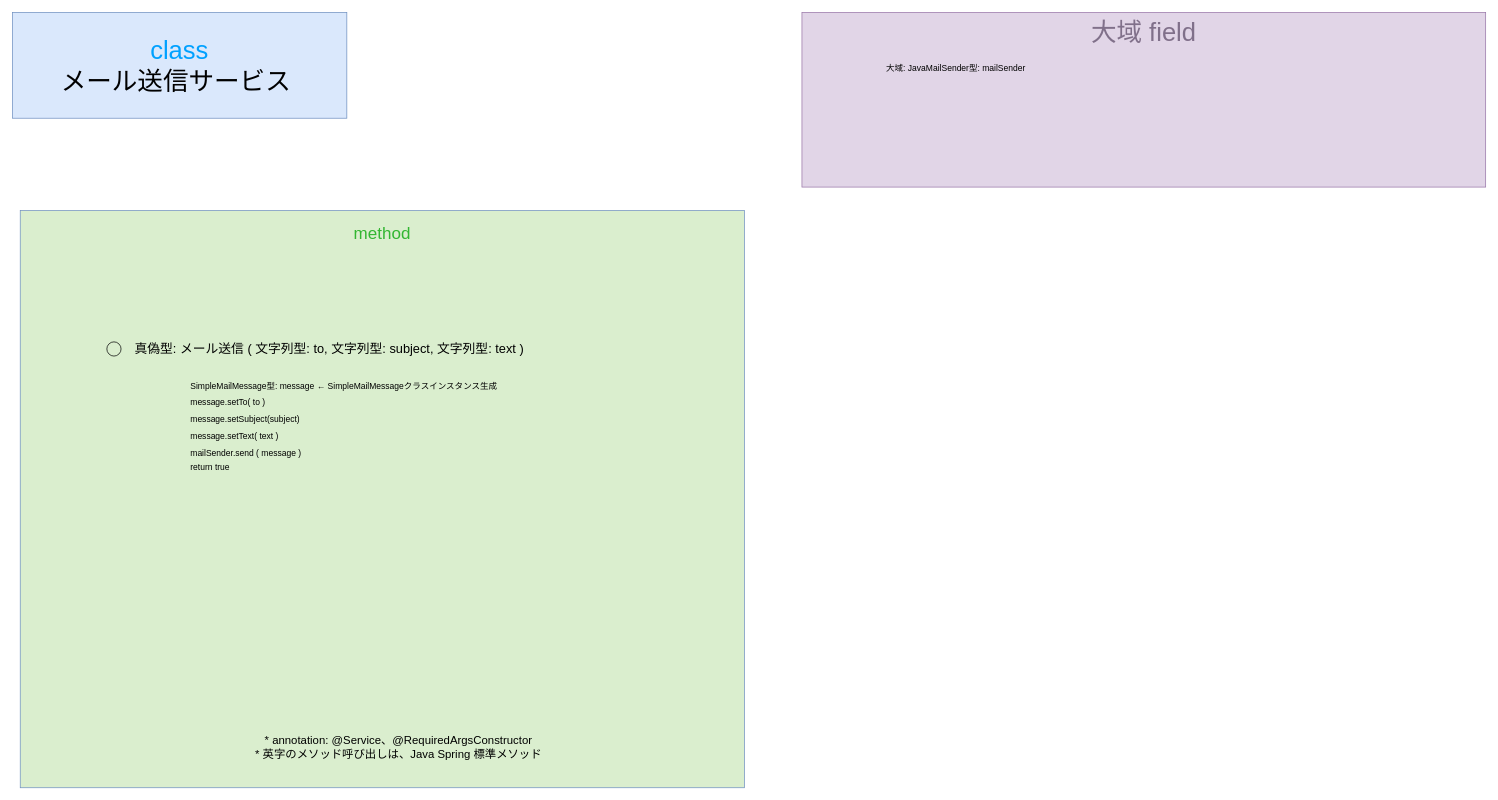
Before: gijigengo/service/meeting_reservation_sys service MailSendService クラス 疑似言語.drawio in tro319/meeting_reservation_system, a draw.io diagram. Source tidied: cells renumbered, new cells numbered last; positions are measured from the earlier drawing's top-left corner, leaving out a move shared by most shapes. Both pictures are drawn from the tidied source at 71%, with x=0, y=0 at pixel (12, 12).
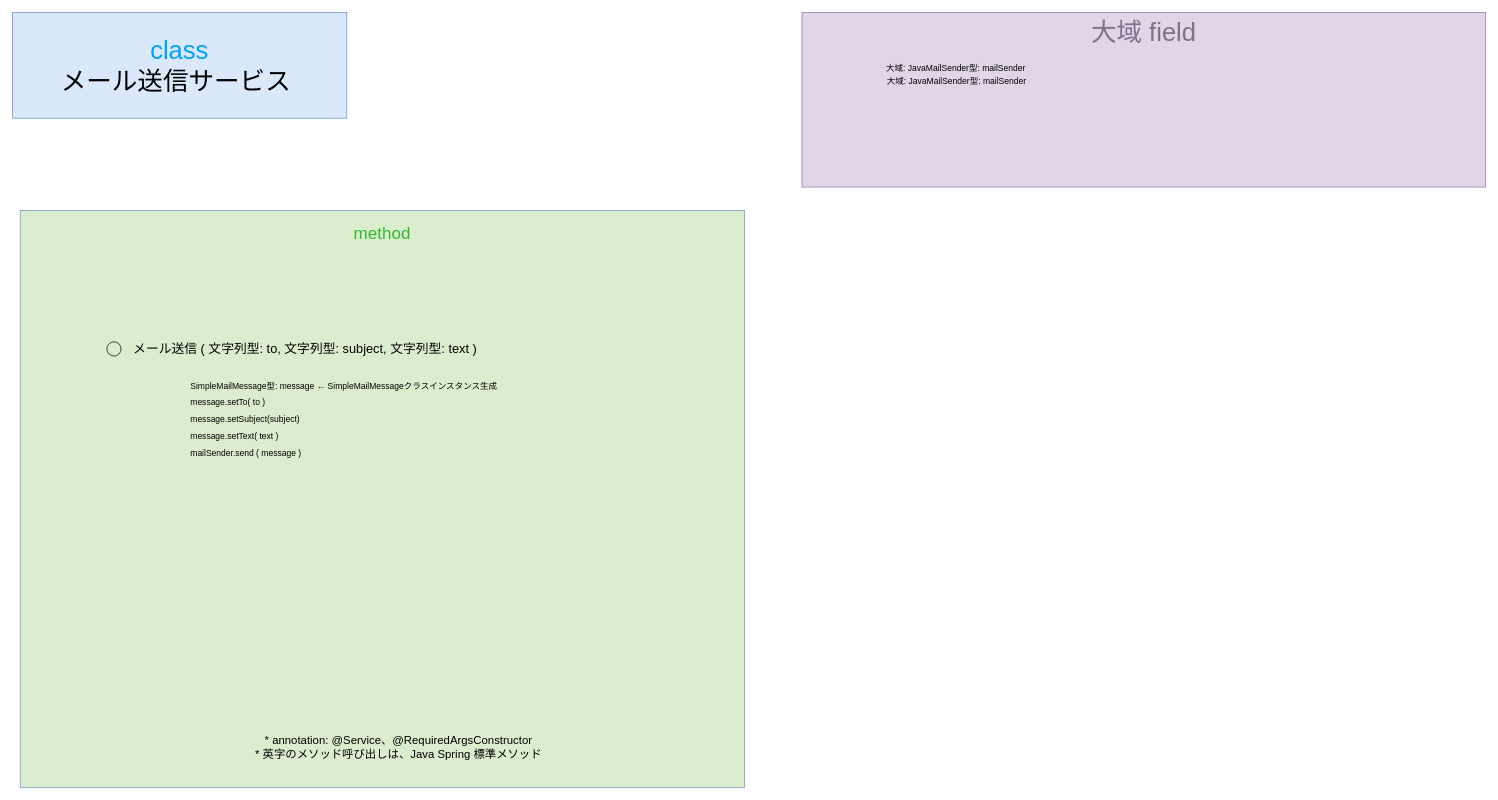
Above is the later version.

What changed in the source:
```diff
@@
 <mxGraphModel>
   <root>
     <mxCell id="0" />
     <mxCell id="1" parent="0" />
     <mxCell id="2" value="&lt;div&gt;&lt;span style=&quot;color: rgb(0, 161, 255);&quot;&gt;class&lt;/span&gt;&lt;/div&gt;&lt;div&gt;メール送信サービス&amp;nbsp;&lt;/div&gt;" style="text;html=1;whiteSpace=wrap;strokeColor=#6c8ebf;fillColor=#dae8fc;align=center;verticalAlign=middle;rounded=0;fontSize=36;" parent="1" vertex="1">
       <mxGeometry width="471" height="149" as="geometry" />
     </mxCell>
     <mxCell id="3" value="&lt;div&gt;&lt;font style=&quot;font-size: 24px;&quot;&gt;&lt;span style=&quot;color: rgb(50, 182, 49);&quot;&gt;&lt;span style=&quot;&quot;&gt;&lt;span style=&quot;&quot;&gt;&lt;span&gt;method&lt;/span&gt;&lt;/span&gt;&lt;/span&gt;&lt;/span&gt;&lt;/font&gt;&lt;/div&gt;&lt;div&gt;&lt;font style=&quot;font-size: 24px;&quot;&gt;&lt;span style=&quot;color: rgba(0, 0, 0, 0);&quot;&gt;&lt;span style=&quot;color: rgba(0, 0, 0, 0);&quot;&gt;&lt;span style=&quot;&quot;&gt;&lt;span style=&quot;&quot;&gt;&lt;br&gt;&lt;/span&gt;&lt;/span&gt;&lt;/span&gt;&lt;/span&gt;&lt;/font&gt;&lt;/div&gt;" style="text;html=1;whiteSpace=wrap;strokeColor=#6c8ebf;fillColor=light-dark(#daeece, #214210);align=center;verticalAlign=top;rounded=0;fontSize=36;fontColor=#00A1FF;" parent="1" vertex="1">
       <mxGeometry x="11" y="279" width="1020" height="813" as="geometry" />
     </mxCell>
     <mxCell id="4" value="&lt;div&gt;&lt;span style=&quot;color: rgb(0, 0, 0);&quot;&gt;&lt;font&gt;SimpleMailMessage型: message ←&amp;nbsp;&lt;/font&gt;&lt;/span&gt;&lt;span style=&quot;color: rgb(0, 0, 0);&quot;&gt;&lt;font&gt;SimpleMailMessageクラスインスタンス生成&lt;/font&gt;&lt;/span&gt;&lt;/div&gt;" style="text;html=1;whiteSpace=wrap;strokeColor=none;fillColor=none;align=left;verticalAlign=middle;rounded=0;fontSize=12;" parent="1" vertex="1">
       <mxGeometry x="249" y="512" width="590" height="30" as="geometry" />
     </mxCell>
     <mxCell id="5" value="&lt;div&gt;&lt;br&gt;&lt;/div&gt;&lt;div&gt;&lt;span&gt;&lt;span&gt;&lt;span style=&quot;color: rgb(0, 0, 0);&quot;&gt;&lt;font style=&quot;font-size: 16px;&quot;&gt;* annotation: @Service、@RequiredArgsConstructor&lt;/font&gt;&lt;/span&gt;&lt;/span&gt;&lt;/span&gt;&lt;/div&gt;&lt;div&gt;&lt;span&gt;&lt;span&gt;&lt;span style=&quot;color: rgb(0, 0, 0);&quot;&gt;&lt;font style=&quot;font-size: 16px;&quot;&gt;* 英字のメソッド呼び出しは、Java Spring 標準メソッド&lt;/font&gt;&lt;/span&gt;&lt;/span&gt;&lt;/span&gt;&lt;/div&gt;" style="text;html=1;whiteSpace=wrap;strokeColor=none;fillColor=none;align=center;verticalAlign=middle;rounded=0;" parent="1" vertex="1">
       <mxGeometry x="249" y="1012" width="590" height="30" as="geometry" />
     </mxCell>
     <mxCell id="6" value="&lt;div&gt;message.setText( text )&lt;/div&gt;" style="text;html=1;whiteSpace=wrap;strokeColor=none;fillColor=none;align=left;verticalAlign=middle;rounded=0;" parent="1" vertex="1">
       <mxGeometry x="249" y="582" width="590" height="30" as="geometry" />
     </mxCell>
     <mxCell id="7" style="group;" parent="1" vertex="1">
       <mxGeometry x="133" y="459" width="878" height="30" as="geometry" />
     </mxCell>
     <mxCell id="8" value="&amp;nbsp; &amp;nbsp; &amp;nbsp; &amp;nbsp; &amp;nbsp; &amp;nbsp; &amp;nbsp;" style="ellipse;whiteSpace=wrap;html=1;fillColor=none;" parent="7" vertex="1">
       <mxGeometry y="5" width="20" height="20" as="geometry" />
     </mxCell>
-    <mxCell id="9" value="&lt;font style=&quot;font-size: 18px;&quot;&gt;&lt;span&gt;&lt;span&gt;&lt;span style=&quot;color: rgb(0, 0, 0);&quot;&gt;&lt;font&gt;真偽型: メール送信 ( 文字列型: to, 文字列型: subject, 文字列型: text )&lt;/font&gt;&lt;/span&gt;&lt;/span&gt;&lt;/span&gt;&lt;/font&gt;" style="whiteSpace=wrap;html=1;fillColor=none;labelBorderColor=none;strokeColor=none;" parent="7" vertex="1">
-      <mxGeometry x="26" width="575" height="30" as="geometry" />
+    <mxCell id="9" value="&lt;font style=&quot;font-size: 18px;&quot;&gt;&lt;span&gt;&lt;span&gt;&lt;span style=&quot;color: rgb(0, 0, 0);&quot;&gt;&lt;font&gt;&amp;nbsp;メール送信 ( 文字列型: to, 文字列型: subject, 文字列型: text )&lt;/font&gt;&lt;/span&gt;&lt;/span&gt;&lt;/span&gt;&lt;/font&gt;" style="whiteSpace=wrap;html=1;fillColor=none;labelBorderColor=none;strokeColor=none;" parent="7" vertex="1">
+      <mxGeometry x="26" width="502" height="30" as="geometry" />
     </mxCell>
     <mxCell id="10" value="message.setTo( to )" style="text;html=1;whiteSpace=wrap;strokeColor=none;fillColor=none;align=left;verticalAlign=middle;rounded=0;fontSize=12;" parent="1" vertex="1">
       <mxGeometry x="249" y="535" width="590" height="30" as="geometry" />
     </mxCell>
     <mxCell id="11" value="message.setSubject(subject)" style="text;html=1;whiteSpace=wrap;strokeColor=none;fillColor=none;align=left;verticalAlign=middle;rounded=0;fontSize=12;" parent="1" vertex="1">
       <mxGeometry x="249" y="558" width="590" height="30" as="geometry" />
     </mxCell>
     <mxCell id="12" value="&lt;font&gt;大域 field&lt;/font&gt;" style="rounded=0;whiteSpace=wrap;html=1;fillColor=#e1d5e7;strokeColor=#9673a6;verticalAlign=top;fontSize=36;fontColor=#80708A;" parent="1" vertex="1">
       <mxGeometry x="1112" width="963" height="246" as="geometry" />
     </mxCell>
     <mxCell id="13" value="大域: JavaMailSender型: mailSender&amp;nbsp;" style="text;html=1;whiteSpace=wrap;strokeColor=none;fillColor=none;align=left;verticalAlign=middle;rounded=0;fontSize=12;" parent="1" vertex="1">
       <mxGeometry x="1229" y="64" width="590" height="30" as="geometry" />
     </mxCell>
     <mxCell id="14" value="&lt;div&gt;mailSender.send ( message )&lt;/div&gt;" style="text;html=1;whiteSpace=wrap;strokeColor=none;fillColor=none;align=left;verticalAlign=middle;rounded=0;" parent="1" vertex="1">
       <mxGeometry x="249" y="606" width="590" height="30" as="geometry" />
     </mxCell>
-    <mxCell id="15" value="return true" style="text;html=1;whiteSpace=wrap;strokeColor=none;fillColor=none;align=left;verticalAlign=middle;rounded=0;" parent="1" vertex="1">
-      <mxGeometry x="249" y="626" width="590" height="30" as="geometry" />
-    </mxCell>
+    <mxCell id="16" value="大域: JavaMailSender型: mailSender&amp;nbsp;" style="text;html=1;whiteSpace=wrap;strokeColor=none;fillColor=none;align=left;verticalAlign=middle;rounded=0;fontSize=12;" parent="1" vertex="1">
+      <mxGeometry x="1230" y="83" width="590" height="30" as="geometry" />
+    </mxCell>
   </root>
 </mxGraphModel>
```
